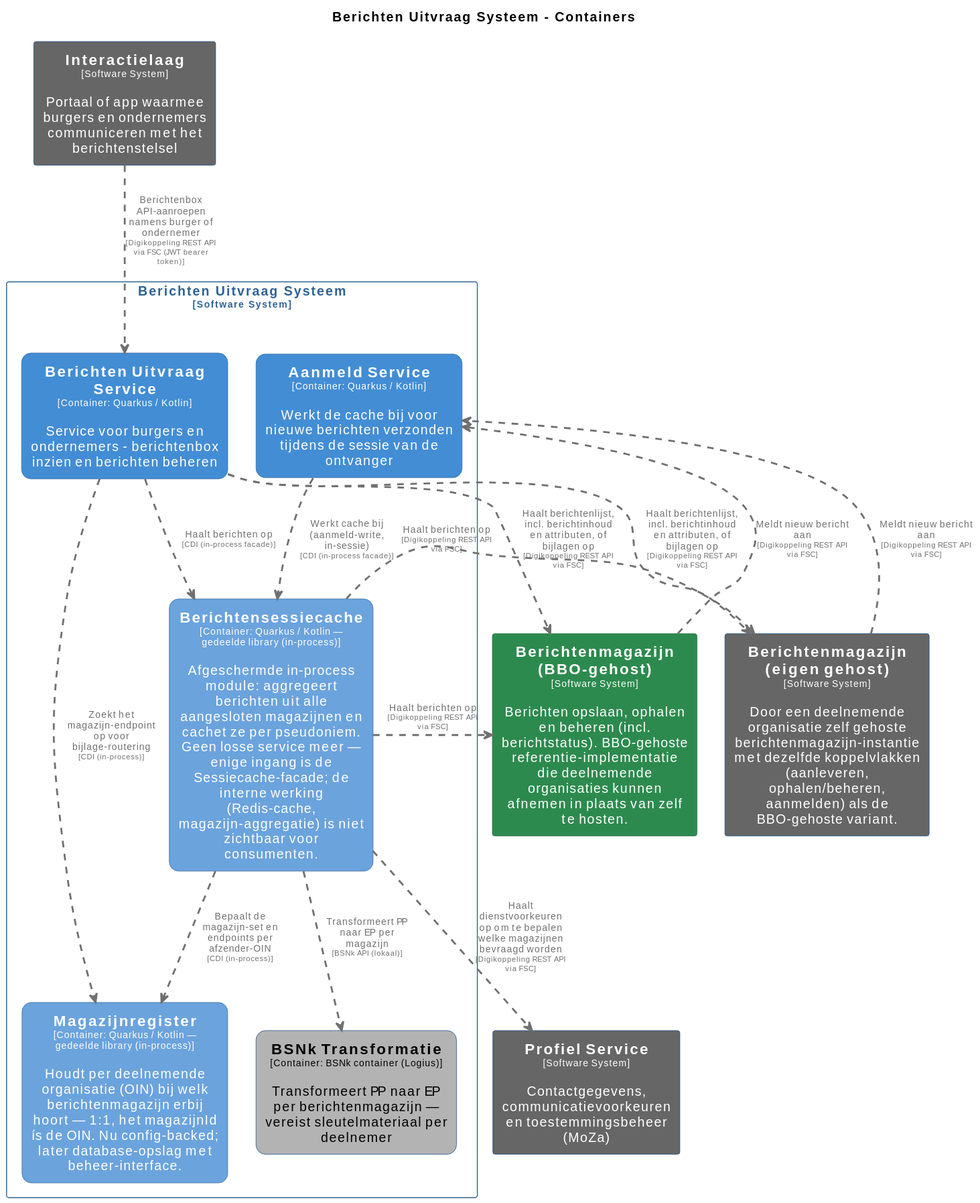
Above: master/svg/BerichtenUitvraagSysteemContainers.svg in MinBZK/moza-poc-fbs-berichtenbox (PlantUML), before the change. Its source is kept beside it as master/puml/BerichtenUitvraagSysteemContainers.puml.
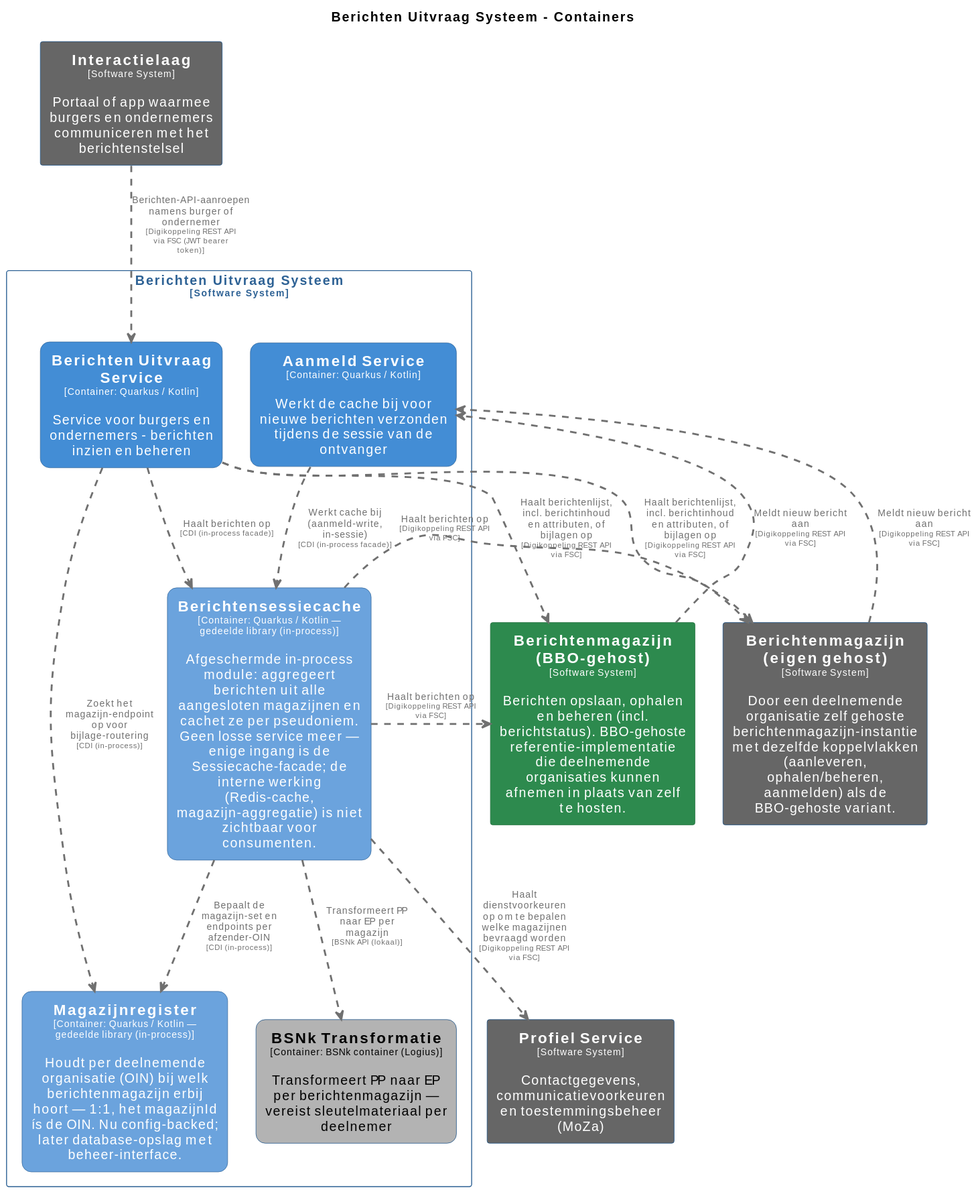
After the commit.

Diff of the diagram source:
```diff
@@ -87,13 +87,13 @@
 
 rectangle "Berichten Uitvraag Systeem\n<size:10>[Software System]</size>" <<BerichtenUitvraagSysteem>> {
   rectangle "==Berichtensessiecache\n<size:10>[Container: Quarkus / Kotlin — gedeelde library (in-process)]</size>\n\nAfgeschermde in-process module: aggregeert berichten uit alle aangesloten magazijnen en cachet ze per pseudoniem. Geen losse service meer — enige ingang is de Sessiecache-facade; de interne werking (Redis-cache, magazijn-aggregatie) is niet zichtbaar voor consumenten." <<BerichtenUitvraagSysteem.Berichtensessiecache>> as BerichtenUitvraagSysteem.Berichtensessiecache
-  rectangle "==Berichten Uitvraag Service\n<size:10>[Container: Quarkus / Kotlin]</size>\n\nService voor burgers en ondernemers - berichtenbox inzien en berichten beheren" <<BerichtenUitvraagSysteem.BerichtenUitvraagService>> as BerichtenUitvraagSysteem.BerichtenUitvraagService
+  rectangle "==Berichten Uitvraag Service\n<size:10>[Container: Quarkus / Kotlin]</size>\n\nService voor burgers en ondernemers - berichten inzien en beheren" <<BerichtenUitvraagSysteem.BerichtenUitvraagService>> as BerichtenUitvraagSysteem.BerichtenUitvraagService
   rectangle "==BSNk Transformatie\n<size:10>[Container: BSNk container (Logius)]</size>\n\nTransformeert PP naar EP per berichtenmagazijn — vereist sleutelmateriaal per deelnemer" <<BerichtenUitvraagSysteem.BSNkTransformatie>> as BerichtenUitvraagSysteem.BSNkTransformatie
   rectangle "==Aanmeld Service\n<size:10>[Container: Quarkus / Kotlin]</size>\n\nWerkt de cache bij voor nieuwe berichten verzonden tijdens de sessie van de ontvanger" <<BerichtenUitvraagSysteem.AanmeldService>> as BerichtenUitvraagSysteem.AanmeldService
   rectangle "==Magazijnregister\n<size:10>[Container: Quarkus / Kotlin — gedeelde library (in-process)]</size>\n\nHoudt per deelnemende organisatie (OIN) bij welk berichtenmagazijn erbij hoort — 1:1, het magazijnId ís de OIN. Nu config-backed; later database-opslag met beheer-interface." <<BerichtenUitvraagSysteem.Magazijnregister>> as BerichtenUitvraagSysteem.Magazijnregister
 }
 
-Interactielaag .[#707070,thickness=2].> BerichtenUitvraagSysteem.BerichtenUitvraagService : "<color:#707070>Berichtenbox API-aanroepen namens burger of ondernemer\n<color:#707070><size:8>[Digikoppeling REST API via FSC (JWT bearer token)]</size>"
+Interactielaag .[#707070,thickness=2].> BerichtenUitvraagSysteem.BerichtenUitvraagService : "<color:#707070>Berichten-API-aanroepen namens burger of ondernemer\n<color:#707070><size:8>[Digikoppeling REST API via FSC (JWT bearer token)]</size>"
 BerichtenUitvraagSysteem.BerichtenUitvraagService .[#707070,thickness=2].> BerichtenmagazijnBBOgehost : "<color:#707070>Haalt berichtenlijst, incl. berichtinhoud en attributen, of bijlagen op\n<color:#707070><size:8>[Digikoppeling REST API via FSC]</size>"
 BerichtenmagazijnBBOgehost .[#707070,thickness=2].> BerichtenUitvraagSysteem.AanmeldService : "<color:#707070>Meldt nieuw bericht aan\n<color:#707070><size:8>[Digikoppeling REST API via FSC]</size>"
 BerichtenUitvraagSysteem.BerichtenUitvraagService .[#707070,thickness=2].> Berichtenmagazijneigengehost : "<color:#707070>Haalt berichtenlijst, incl. berichtinhoud en attributen, of bijlagen op\n<color:#707070><size:8>[Digikoppeling REST API via FSC]</size>"
```
